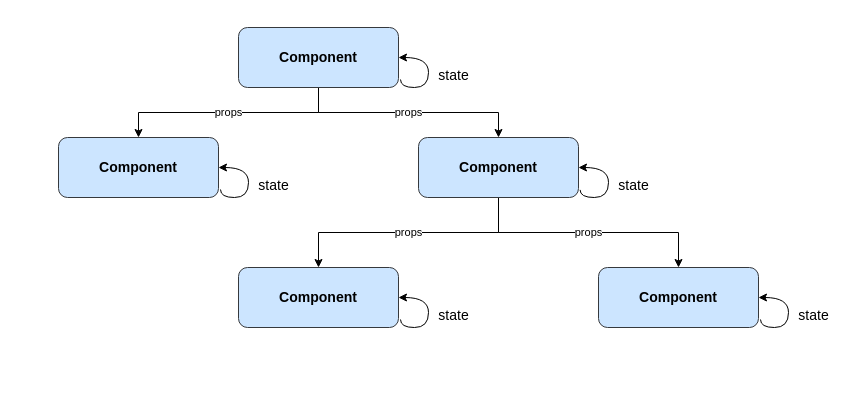
Above: ReactFlowChart.drawio in Mixer27/charts (draw.io), before the change. Source tidied: cells renumbered, new cells numbered last; positions are measured from the earlier drawing's top-left corner, leaving out a move shared by most shapes. Both pictures are drawn from the tidied source at 100%, with x=0, y=0 at pixel (58, 27).
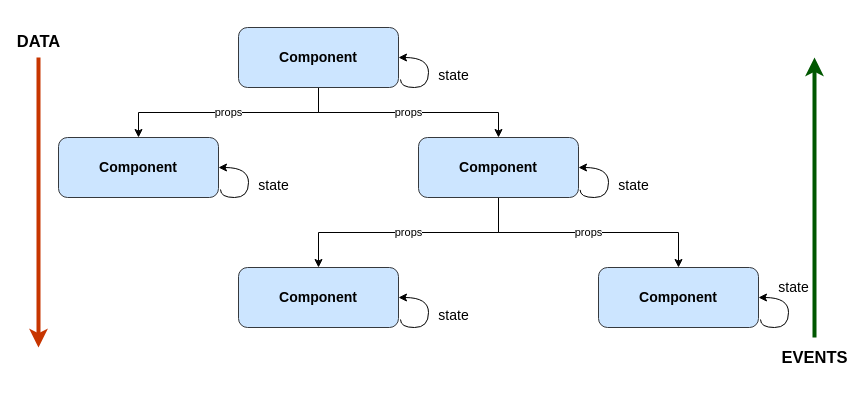
Above is the later version.

The change refers to these unchanged cells:
```xml
<mxCell id="4" value="&lt;h3&gt;Component&lt;/h3&gt;" style="rounded=1;whiteSpace=wrap;html=1;align=center;fillColor=#cce5ff;strokeColor=#36393d;" parent="1" vertex="1">
  <mxGeometry x="180" width="160" height="60" as="geometry" />
</mxCell>
<mxCell id="5" value="&lt;h3&gt;Component&lt;/h3&gt;" style="rounded=1;whiteSpace=wrap;html=1;align=center;fillColor=#cce5ff;strokeColor=#36393d;" parent="1" vertex="1">
  <mxGeometry y="110" width="160" height="60" as="geometry" />
</mxCell>
```

Diff of the diagram source:
```diff
@@
-    <mxCell id="2" value="props" style="edgeStyle=orthogonalEdgeStyle;rounded=0;jettySize=auto;html=1;exitX=0.5;exitY=1;exitDx=0;exitDy=0;" parent="1" edge="1" source="4" target="5">
+    <mxCell id="2" value="props" style="edgeStyle=orthogonalEdgeStyle;rounded=0;jettySize=auto;html=1;exitX=0.5;exitY=1;exitDx=0;exitDy=0;labelBackgroundColor=default;labelBorderColor=none;" parent="1" edge="1" source="4" target="5">
       <mxGeometry relative="1" as="geometry" />
     </mxCell>
@@
     <mxCell id="15" value="state" style="endArrow=classic;rounded=0;edgeStyle=orthogonalEdgeStyle;strokeColor=default;curved=1;entryX=1;entryY=0.5;entryDx=0;entryDy=0;exitX=1.01;exitY=0.873;exitDx=0;exitDy=0;exitPerimeter=0;html=1;labelBackgroundColor=none;spacingLeft=50;fontSize=14;" parent="1" edge="1">
-      <mxGeometry relative="1" as="geometry">
+      <mxGeometry x="0.79" y="-10" relative="1" as="geometry">
         <mxPoint x="702" y="292" as="sourcePoint" />
         <mxPoint x="700" y="270" as="targetPoint" />
         <Array as="points">
           <mxPoint x="702" y="300" />
           <mxPoint x="730" y="300" />
           <mxPoint x="730" y="270" />
         </Array>
       </mxGeometry>
     </mxCell>
+    <mxCell id="16" value="&lt;h2&gt;DATA&lt;/h2&gt;" style="endArrow=classic;html=1;rounded=0;textDirection=rtl;verticalAlign=bottom;horizontal=1;labelBackgroundColor=none;labelBorderColor=none;spacingTop=0;strokeWidth=4;fillColor=#fa6800;strokeColor=#C73500;" parent="1" edge="1">
+      <mxGeometry x="-0.93" relative="1" as="geometry">
+        <mxPoint x="-20" y="30" as="sourcePoint" />
+        <mxPoint x="-20" y="320" as="targetPoint" />
+      </mxGeometry>
+    </mxCell>
+    <mxCell id="17" value="&lt;h2&gt;EVENTS&lt;/h2&gt;" style="endArrow=classic;html=1;rounded=0;labelBackgroundColor=none;horizontal=1;verticalAlign=top;strokeWidth=4;fillColor=#008a00;strokeColor=#005700;" parent="1" edge="1">
+      <mxGeometry x="-0.93" relative="1" as="geometry">
+        <mxPoint x="756" y="310" as="sourcePoint" />
+        <mxPoint x="756" y="30" as="targetPoint" />
+      </mxGeometry>
+    </mxCell>
```
